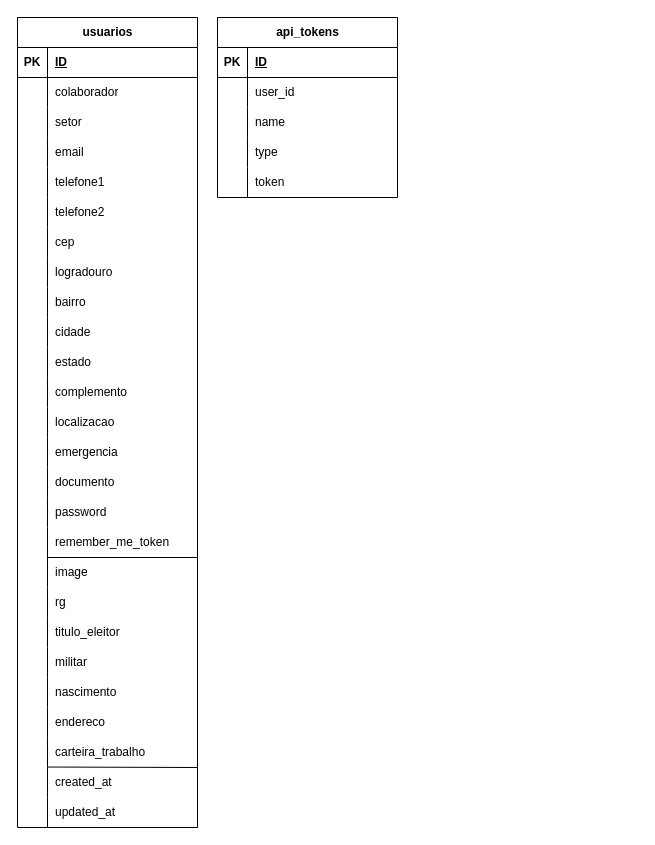
This is resources/diagrama_classe.drawio from VitorCostaTI/LingoBack, a draw.io file, before an edit. Source tidied: cells renumbered, new cells numbered last; positions are measured from the earlier drawing's top-left corner, leaving out a move shared by most shapes. Both pictures are drawn from the tidied source at 100%, with x=0, y=0 at pixel (17, 17).
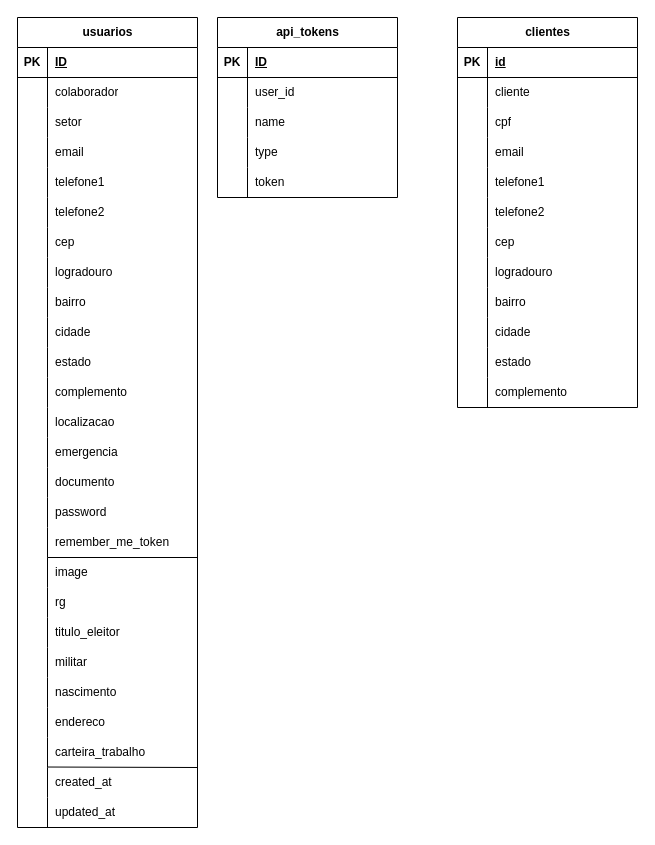
After the change.

Diff of the diagram source:
```diff
@@
+    <mxCell id="99" value="clientes" style="shape=table;startSize=30;childLayout=tableLayout;rowLines=0;fontStyle=1;align=center;html=1;" parent="1" vertex="1">
+      <mxGeometry x="440" width="180" height="390" as="geometry" />
+    </mxCell>
+    <mxCell id="100" style="shape=tableRow;horizontal=0;startSize=0;swimlaneHead=0;swimlaneBody=0;fillColor=none;top=0;left=0;right=0;bottom=1;" parent="99" vertex="1">
+      <mxGeometry y="30" width="180" height="30" as="geometry" />
+    </mxCell>
+    <mxCell id="101" value="PK" style="shape=partialRectangle;fillColor=none;top=0;left=0;bottom=0;right=0;fontStyle=1;overflow=hidden;whiteSpace=wrap;html=1;" parent="100" vertex="1">
+      <mxGeometry width="30" height="30" as="geometry" />
+    </mxCell>
+    <mxCell id="102" value="id" style="shape=partialRectangle;fillColor=none;top=0;left=0;bottom=0;right=0;align=left;spacingLeft=6;fontStyle=5;overflow=hidden;whiteSpace=wrap;html=1;" parent="100" vertex="1">
+      <mxGeometry x="30" width="150" height="30" as="geometry" />
+    </mxCell>
+    <mxCell id="103" style="shape=tableRow;horizontal=0;startSize=0;swimlaneHead=0;swimlaneBody=0;fillColor=none;top=0;left=0;right=0;bottom=0;" parent="99" vertex="1">
+      <mxGeometry y="60" width="180" height="30" as="geometry" />
+    </mxCell>
+    <mxCell id="104" style="shape=partialRectangle;fillColor=none;top=0;left=0;bottom=0;right=0;overflow=hidden;whiteSpace=wrap;html=1;" parent="103" vertex="1">
+      <mxGeometry width="30" height="30" as="geometry" />
+    </mxCell>
+    <mxCell id="105" value="cliente" style="shape=partialRectangle;fillColor=none;top=0;left=0;bottom=0;right=0;align=left;spacingLeft=6;overflow=hidden;whiteSpace=wrap;html=1;" parent="103" vertex="1">
+      <mxGeometry x="30" width="150" height="30" as="geometry" />
+    </mxCell>
+    <mxCell id="106" style="shape=tableRow;horizontal=0;startSize=0;swimlaneHead=0;swimlaneBody=0;fillColor=none;top=0;left=0;right=0;bottom=0;" parent="99" vertex="1">
+      <mxGeometry y="90" width="180" height="30" as="geometry" />
+    </mxCell>
+    <mxCell id="107" style="shape=partialRectangle;fillColor=none;top=0;left=0;bottom=0;right=0;overflow=hidden;whiteSpace=wrap;html=1;" parent="106" vertex="1">
+      <mxGeometry width="30" height="30" as="geometry" />
+    </mxCell>
+    <mxCell id="108" value="cpf" style="shape=partialRectangle;fillColor=none;top=0;left=0;bottom=0;right=0;align=left;spacingLeft=6;overflow=hidden;whiteSpace=wrap;html=1;" parent="106" vertex="1">
+      <mxGeometry x="30" width="150" height="30" as="geometry" />
+    </mxCell>
+    <mxCell id="109" style="shape=tableRow;horizontal=0;startSize=0;swimlaneHead=0;swimlaneBody=0;fillColor=none;top=0;left=0;right=0;bottom=0;" parent="99" vertex="1">
+      <mxGeometry y="120" width="180" height="30" as="geometry" />
+    </mxCell>
+    <mxCell id="110" style="shape=partialRectangle;fillColor=none;top=0;left=0;bottom=0;right=0;overflow=hidden;whiteSpace=wrap;html=1;" parent="109" vertex="1">
+      <mxGeometry width="30" height="30" as="geometry" />
+    </mxCell>
+    <mxCell id="111" value="email" style="shape=partialRectangle;fillColor=none;top=0;left=0;bottom=0;right=0;align=left;spacingLeft=6;overflow=hidden;whiteSpace=wrap;html=1;" parent="109" vertex="1">
+      <mxGeometry x="30" width="150" height="30" as="geometry" />
+    </mxCell>
+    <mxCell id="112" style="shape=tableRow;horizontal=0;startSize=0;swimlaneHead=0;swimlaneBody=0;fillColor=none;top=0;left=0;right=0;bottom=0;" parent="99" vertex="1">
+      <mxGeometry y="150" width="180" height="30" as="geometry" />
+    </mxCell>
+    <mxCell id="113" style="shape=partialRectangle;fillColor=none;top=0;left=0;bottom=0;right=0;overflow=hidden;whiteSpace=wrap;html=1;" parent="112" vertex="1">
+      <mxGeometry width="30" height="30" as="geometry" />
+    </mxCell>
+    <mxCell id="114" value="telefone1" style="shape=partialRectangle;fillColor=none;top=0;left=0;bottom=0;right=0;align=left;spacingLeft=6;overflow=hidden;whiteSpace=wrap;html=1;" parent="112" vertex="1">
+      <mxGeometry x="30" width="150" height="30" as="geometry" />
+    </mxCell>
+    <mxCell id="115" style="shape=tableRow;horizontal=0;startSize=0;swimlaneHead=0;swimlaneBody=0;fillColor=none;top=0;left=0;right=0;bottom=0;" parent="99" vertex="1">
+      <mxGeometry y="180" width="180" height="30" as="geometry" />
+    </mxCell>
+    <mxCell id="116" style="shape=partialRectangle;fillColor=none;top=0;left=0;bottom=0;right=0;overflow=hidden;whiteSpace=wrap;html=1;" parent="115" vertex="1">
+      <mxGeometry width="30" height="30" as="geometry" />
+    </mxCell>
+    <mxCell id="117" value="telefone2" style="shape=partialRectangle;fillColor=none;top=0;left=0;bottom=0;right=0;align=left;spacingLeft=6;overflow=hidden;whiteSpace=wrap;html=1;" parent="115" vertex="1">
+      <mxGeometry x="30" width="150" height="30" as="geometry" />
+    </mxCell>
+    <mxCell id="118" style="shape=tableRow;horizontal=0;startSize=0;swimlaneHead=0;swimlaneBody=0;fillColor=none;top=0;left=0;right=0;bottom=0;" parent="99" vertex="1">
+      <mxGeometry y="210" width="180" height="30" as="geometry" />
+    </mxCell>
+    <mxCell id="119" style="shape=partialRectangle;fillColor=none;top=0;left=0;bottom=0;right=0;overflow=hidden;whiteSpace=wrap;html=1;" parent="118" vertex="1">
+      <mxGeometry width="30" height="30" as="geometry" />
+    </mxCell>
+    <mxCell id="120" value="cep" style="shape=partialRectangle;fillColor=none;top=0;left=0;bottom=0;right=0;align=left;spacingLeft=6;overflow=hidden;whiteSpace=wrap;html=1;" parent="118" vertex="1">
+      <mxGeometry x="30" width="150" height="30" as="geometry" />
+    </mxCell>
+    <mxCell id="121" style="shape=tableRow;horizontal=0;startSize=0;swimlaneHead=0;swimlaneBody=0;fillColor=none;top=0;left=0;right=0;bottom=0;" parent="99" vertex="1">
+      <mxGeometry y="240" width="180" height="30" as="geometry" />
+    </mxCell>
+    <mxCell id="122" style="shape=partialRectangle;fillColor=none;top=0;left=0;bottom=0;right=0;overflow=hidden;whiteSpace=wrap;html=1;" parent="121" vertex="1">
+      <mxGeometry width="30" height="30" as="geometry" />
+    </mxCell>
+    <mxCell id="123" value="logradouro" style="shape=partialRectangle;fillColor=none;top=0;left=0;bottom=0;right=0;align=left;spacingLeft=6;overflow=hidden;whiteSpace=wrap;html=1;" parent="121" vertex="1">
+      <mxGeometry x="30" width="150" height="30" as="geometry" />
+    </mxCell>
+    <mxCell id="124" style="shape=tableRow;horizontal=0;startSize=0;swimlaneHead=0;swimlaneBody=0;fillColor=none;top=0;left=0;right=0;bottom=0;" parent="99" vertex="1">
+      <mxGeometry y="270" width="180" height="30" as="geometry" />
+    </mxCell>
+    <mxCell id="125" style="shape=partialRectangle;fillColor=none;top=0;left=0;bottom=0;right=0;overflow=hidden;whiteSpace=wrap;html=1;" parent="124" vertex="1">
+      <mxGeometry width="30" height="30" as="geometry" />
+    </mxCell>
+    <mxCell id="126" value="bairro" style="shape=partialRectangle;fillColor=none;top=0;left=0;bottom=0;right=0;align=left;spacingLeft=6;overflow=hidden;whiteSpace=wrap;html=1;" parent="124" vertex="1">
+      <mxGeometry x="30" width="150" height="30" as="geometry" />
+    </mxCell>
+    <mxCell id="127" style="shape=tableRow;horizontal=0;startSize=0;swimlaneHead=0;swimlaneBody=0;fillColor=none;top=0;left=0;right=0;bottom=0;" parent="99" vertex="1">
+      <mxGeometry y="300" width="180" height="30" as="geometry" />
+    </mxCell>
+    <mxCell id="128" style="shape=partialRectangle;fillColor=none;top=0;left=0;bottom=0;right=0;overflow=hidden;whiteSpace=wrap;html=1;" parent="127" vertex="1">
+      <mxGeometry width="30" height="30" as="geometry" />
+    </mxCell>
+    <mxCell id="129" value="cidade" style="shape=partialRectangle;fillColor=none;top=0;left=0;bottom=0;right=0;align=left;spacingLeft=6;overflow=hidden;whiteSpace=wrap;html=1;" parent="127" vertex="1">
+      <mxGeometry x="30" width="150" height="30" as="geometry" />
+    </mxCell>
+    <mxCell id="130" style="shape=tableRow;horizontal=0;startSize=0;swimlaneHead=0;swimlaneBody=0;fillColor=none;top=0;left=0;right=0;bottom=0;" parent="99" vertex="1">
+      <mxGeometry y="330" width="180" height="30" as="geometry" />
+    </mxCell>
+    <mxCell id="131" style="shape=partialRectangle;fillColor=none;top=0;left=0;bottom=0;right=0;overflow=hidden;whiteSpace=wrap;html=1;" parent="130" vertex="1">
+      <mxGeometry width="30" height="30" as="geometry" />
+    </mxCell>
+    <mxCell id="132" value="estado" style="shape=partialRectangle;fillColor=none;top=0;left=0;bottom=0;right=0;align=left;spacingLeft=6;overflow=hidden;whiteSpace=wrap;html=1;" parent="130" vertex="1">
+      <mxGeometry x="30" width="150" height="30" as="geometry" />
+    </mxCell>
+    <mxCell id="133" style="shape=tableRow;horizontal=0;startSize=0;swimlaneHead=0;swimlaneBody=0;fillColor=none;top=0;left=0;right=0;bottom=0;" parent="99" vertex="1">
+      <mxGeometry y="360" width="180" height="30" as="geometry" />
+    </mxCell>
+    <mxCell id="134" style="shape=partialRectangle;fillColor=none;top=0;left=0;bottom=0;right=0;overflow=hidden;whiteSpace=wrap;html=1;" parent="133" vertex="1">
+      <mxGeometry width="30" height="30" as="geometry" />
+    </mxCell>
+    <mxCell id="135" value="complemento" style="shape=partialRectangle;fillColor=none;top=0;left=0;bottom=0;right=0;align=left;spacingLeft=6;overflow=hidden;whiteSpace=wrap;html=1;" parent="133" vertex="1">
+      <mxGeometry x="30" width="150" height="30" as="geometry" />
+    </mxCell>
```
